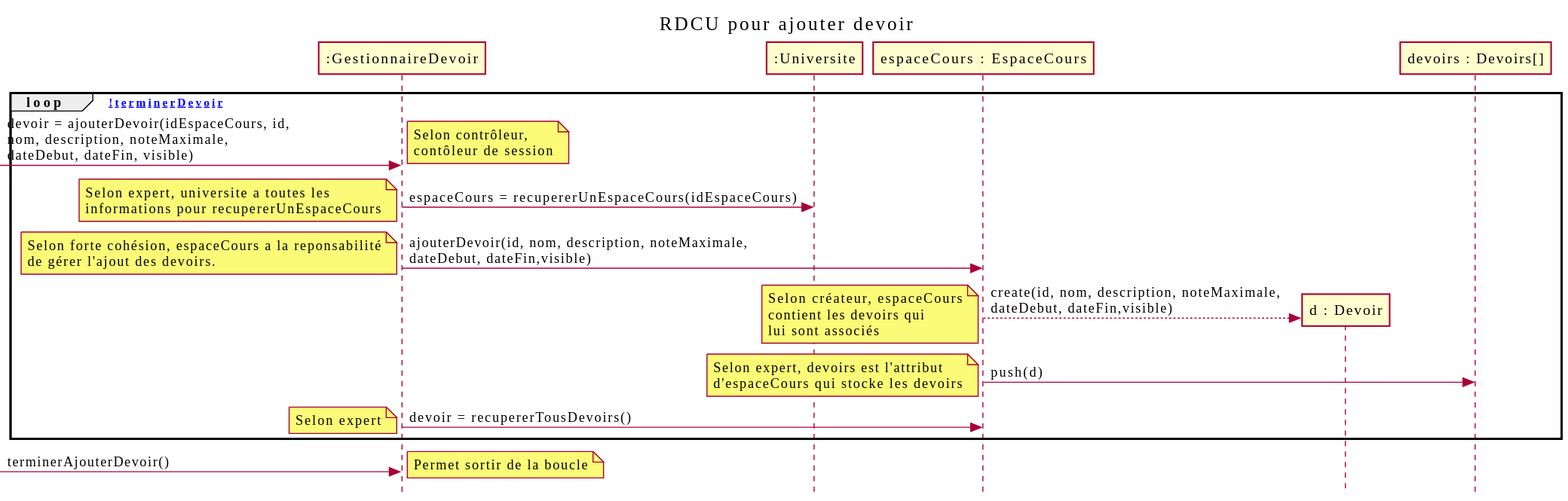
Before: out/docs/Ajouter devoir/RDCU_Ajouter_Devoir/ajouterDevoir.svg, a diagram exported from PlantUML (nerdz88/SGA-TS).
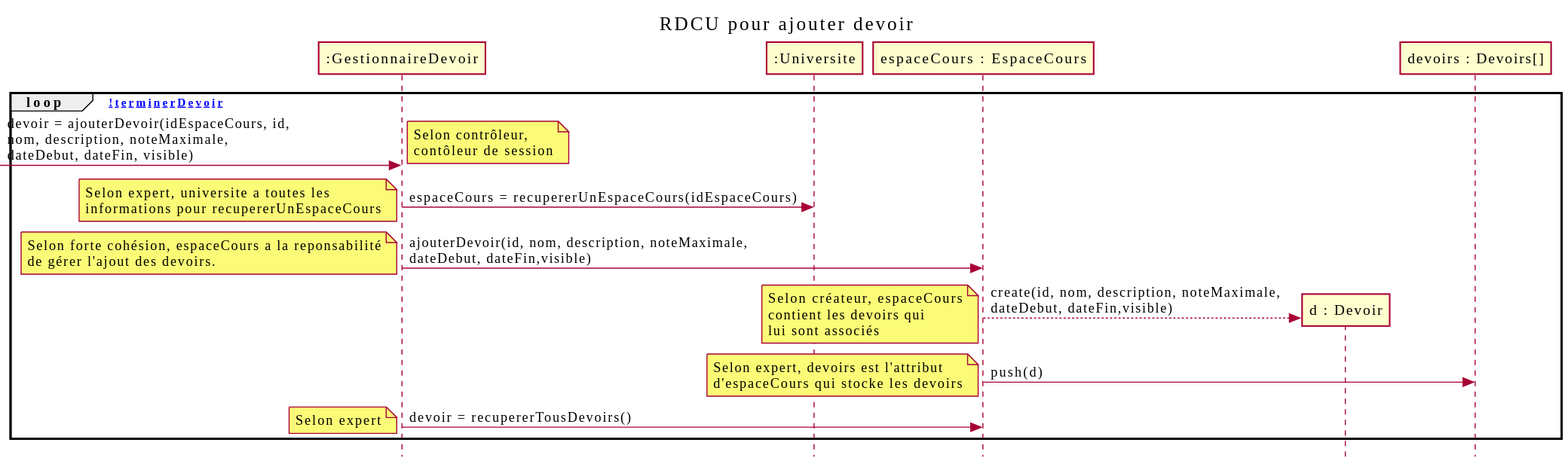
Above is the later version.

Commit message:
retirer_Operation_sortir_boucle_doc

Diff of the diagram source:
```diff
@@ -22,6 +22,4 @@
   gestionnaireDevoir -> cours : devoir = recupererTousDevoirs()
   note left : Selon expert
 end
--> gestionnaireDevoir : terminerAjouterDevoir()
-note left : Permet sortir de la boucle
 @enduml
```
